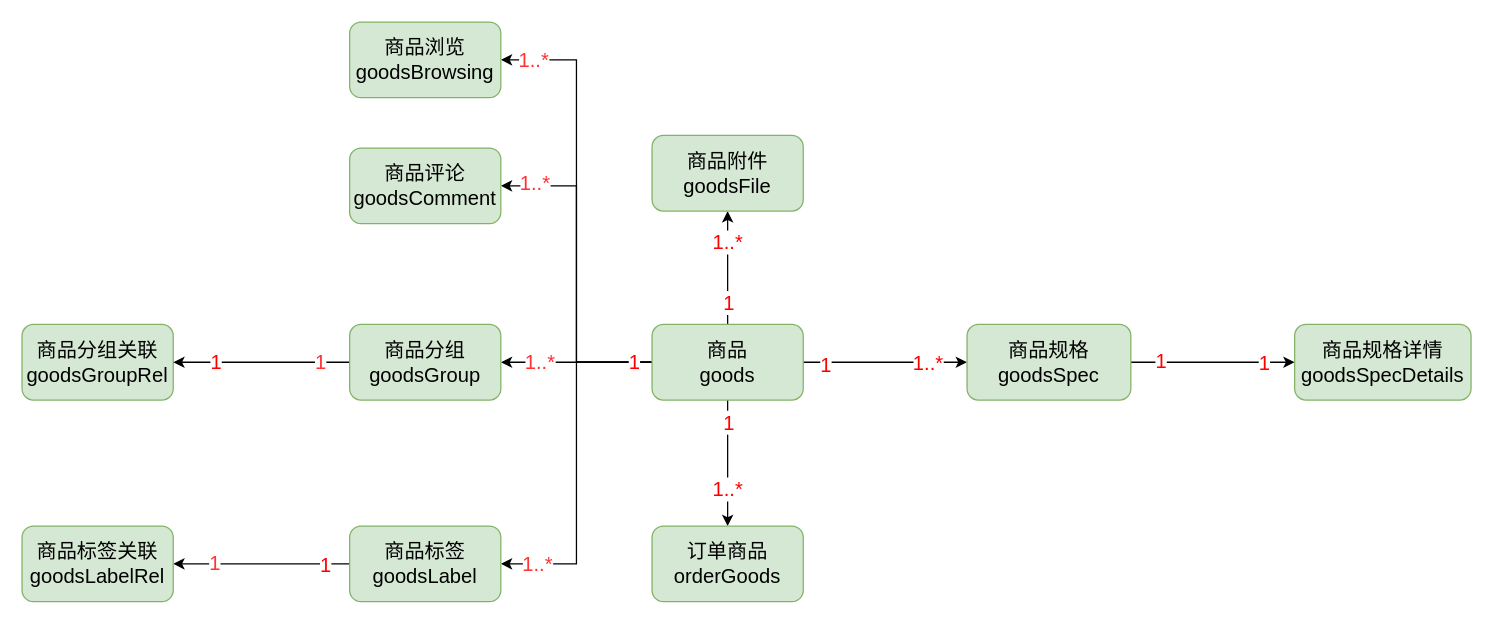
messi122/picture keeps this draw.io diagram as 积分商城/商品.drawio. Above is the earlier version. Source tidied: cells renumbered, new cells numbered last; positions are measured from the earlier drawing's top-left corner, leaving out a move shared by most shapes. Both pictures are drawn from the tidied source at 126%, with x=0, y=0 at pixel (21, 21).
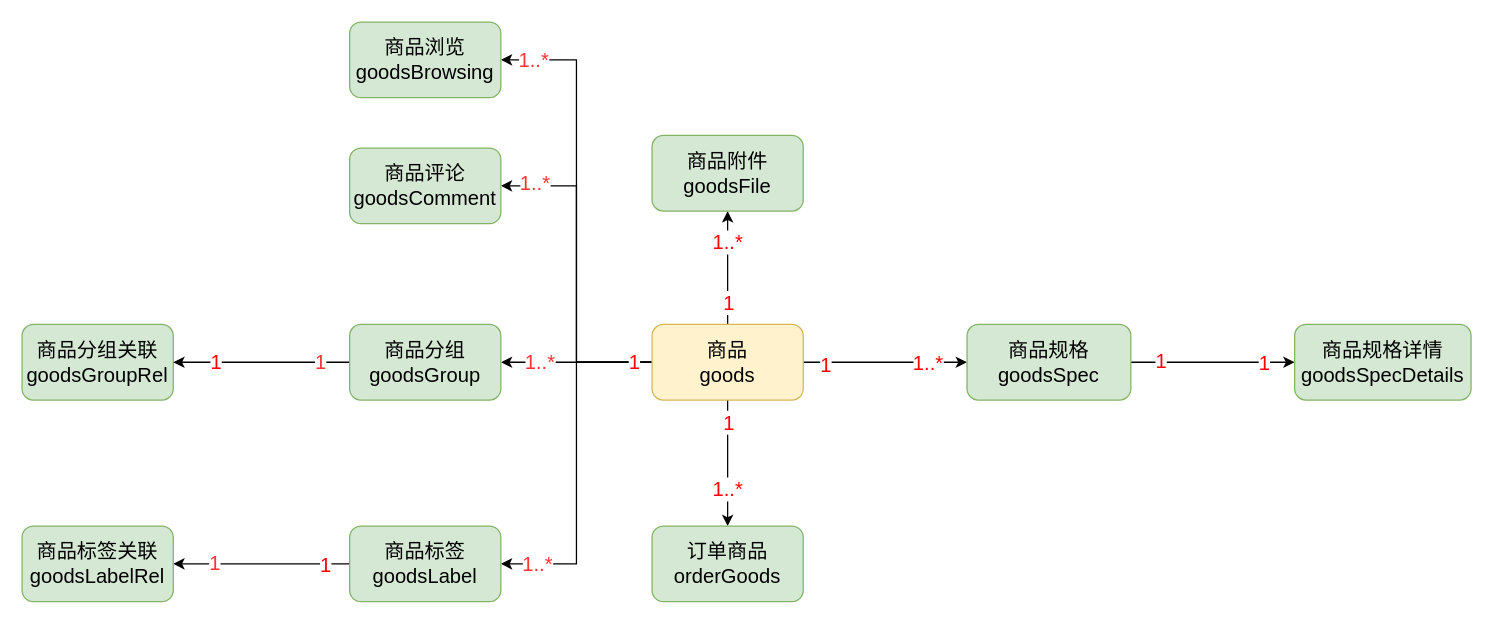
Above is the later version.

Change to the diagram source:
```diff
@@
-    <mxCell id="20" value="&lt;div&gt;&lt;span style=&quot;font-size: 16px;&quot;&gt;商品&lt;/span&gt;&lt;/div&gt;&lt;font style=&quot;font-size: 16px;&quot;&gt;goods&lt;/font&gt;" style="rounded=1;whiteSpace=wrap;html=1;fillColor=#d5e8d4;strokeColor=#82b366;" parent="1" vertex="1">
+    <mxCell id="20" value="&lt;div&gt;&lt;span style=&quot;font-size: 16px;&quot;&gt;商品&lt;/span&gt;&lt;/div&gt;&lt;font style=&quot;font-size: 16px;&quot;&gt;goods&lt;/font&gt;" style="rounded=1;whiteSpace=wrap;html=1;fillColor=#fff2cc;strokeColor=#d6b656;" parent="1" vertex="1">
       <mxGeometry x="500" y="240" width="120" height="60" as="geometry" />
     </mxCell>
```
